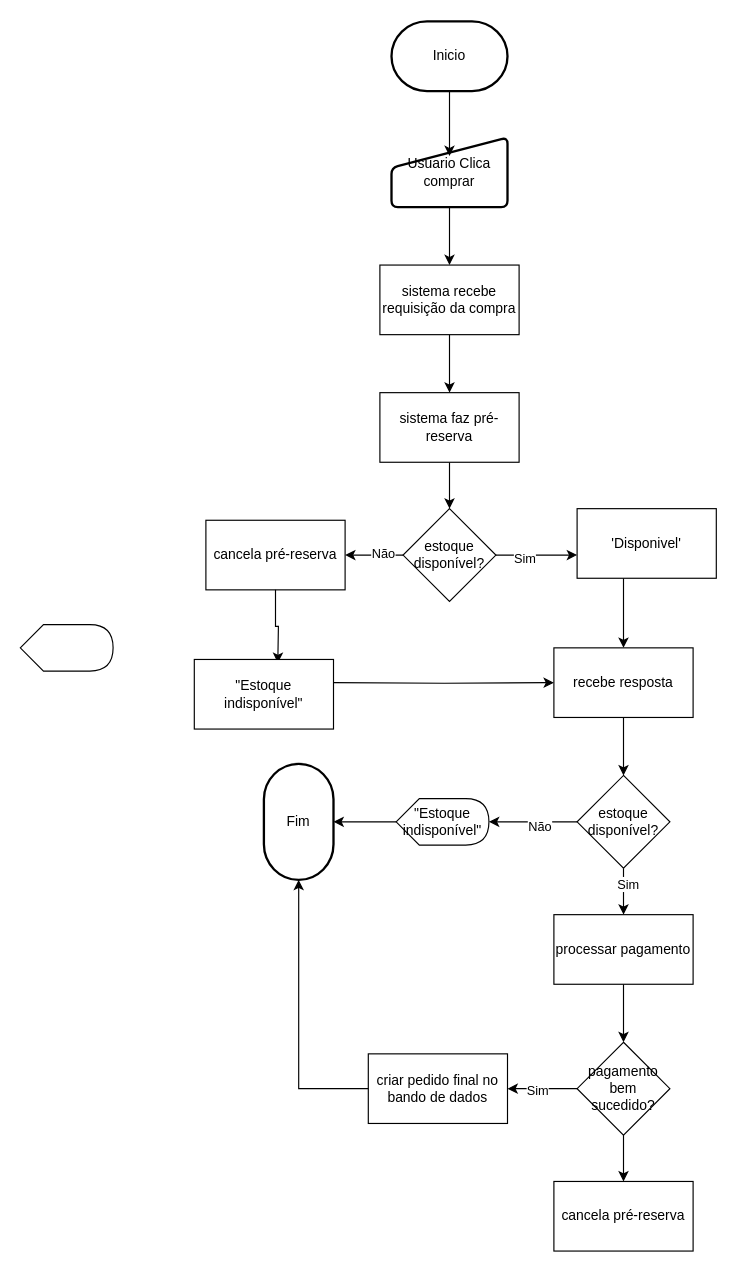
This is asdfsfafasdfasdfas.drawio from Jhonneg/FluxogramaRepo, a draw.io file, before an edit. Source tidied: cells renumbered, new cells numbered last; positions are measured from the earlier drawing's top-left corner, leaving out a move shared by most shapes. Both pictures are drawn from the tidied source at 116%, with x=0, y=0 at pixel (20, 21).
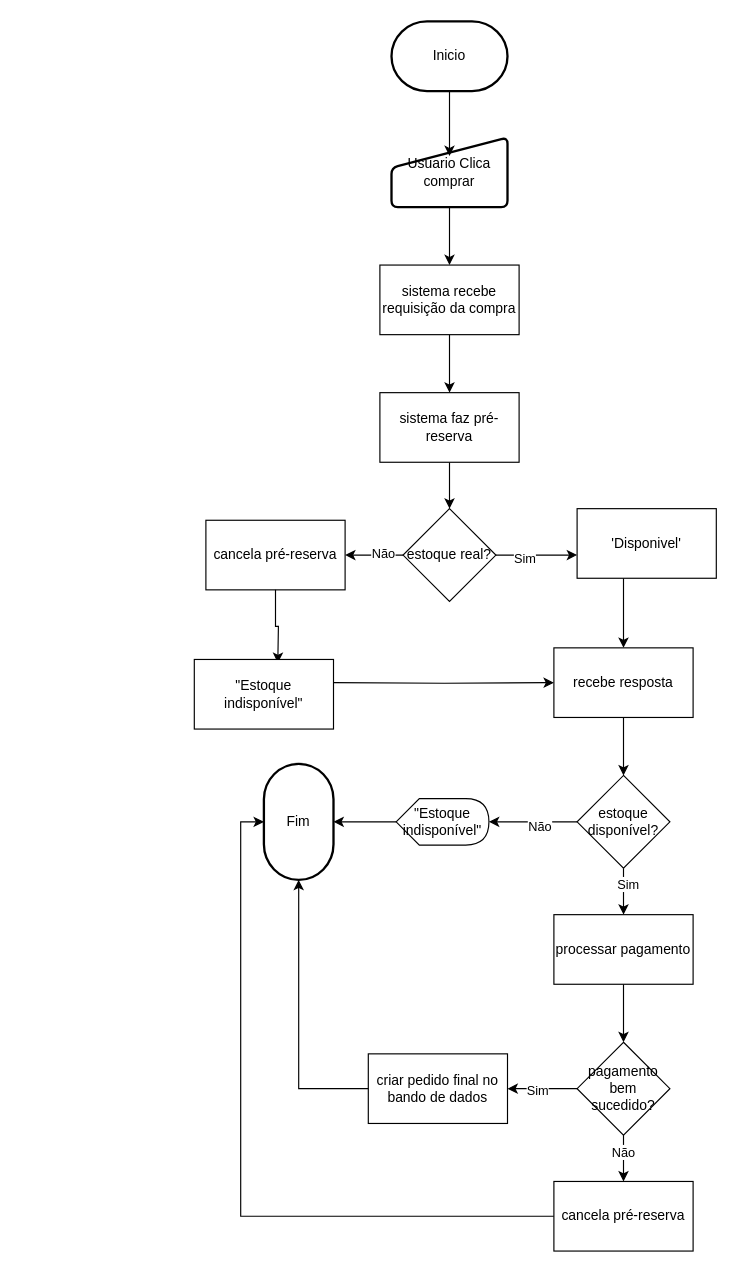
The same diagram, later.

The change refers to these unchanged cells:
```xml
<mxCell id="17" value="Fim" style="strokeWidth=2;html=1;shape=mxgraph.flowchart.terminator;whiteSpace=wrap;direction=south;" parent="1" vertex="1">
  <mxGeometry x="210" y="640" width="60" height="100" as="geometry" />
</mxCell>
<mxCell id="36" style="edgeStyle=orthogonalEdgeStyle;rounded=0;jettySize=auto;html=1;entryX=0.5;entryY=0;entryDx=0;entryDy=0;" parent="1" edge="1" source="37" target="40">
  <mxGeometry relative="1" as="geometry" />
</mxCell>
<mxCell id="40" value="cancela pré-reserva" style="rounded=0;whiteSpace=wrap;html=1;" parent="1" vertex="1">
  <mxGeometry x="460" y="1000" width="120" height="60" as="geometry" />
</mxCell>
```

The edit, as a diff of the source:
```diff
@@
-    <mxCell id="6" style="shape=display;whiteSpace=wrap;html=1;" parent="1" vertex="1">
-      <mxGeometry y="520" width="80" height="40" as="geometry" />
-    </mxCell>
@@
-    <mxCell id="12" value="estoque disponível?" style="rhombus;whiteSpace=wrap;html=1;" parent="1" vertex="1">
+    <mxCell id="12" value="estoque real?" style="rhombus;whiteSpace=wrap;html=1;" parent="1" vertex="1">
       <mxGeometry x="330" y="420" width="80" height="80" as="geometry" />
     </mxCell>
@@
+    <mxCell id="41" value="Não" style="edgeLabel;html=1;align=center;verticalAlign=middle;" parent="36" vertex="1">
+      <mxGeometry x="-0.3" y="-1" relative="1" as="geometry" />
+    </mxCell>
@@
+    <mxCell id="42" style="edgeStyle=orthogonalEdgeStyle;rounded=0;jettySize=auto;html=1;entryX=0.5;entryY=1;entryDx=0;entryDy=0;entryPerimeter=0;" parent="1" edge="1" source="40" target="17">
+      <mxGeometry relative="1" as="geometry" />
+    </mxCell>
```
